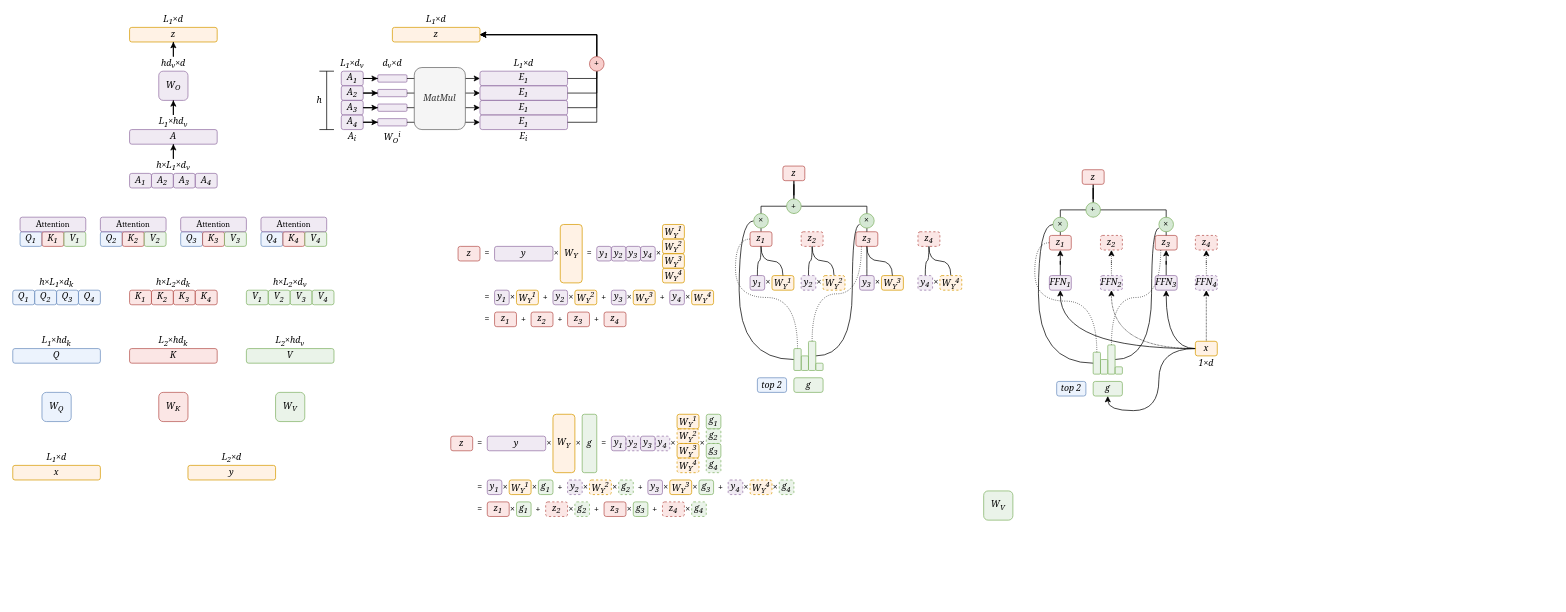
Earlier version of the draw.io diagram page "第 3 页" (3 of 3) of 未命名绘图2.drawio (ZhangzeqingCN/api-project). Source tidied: cells renumbered, new cells numbered last; positions are measured from the earlier drawing's top-left corner, leaving out a move shared by most shapes. Both pictures are drawn from the tidied source at 73%, with x=0, y=0 at pixel (12, 12).
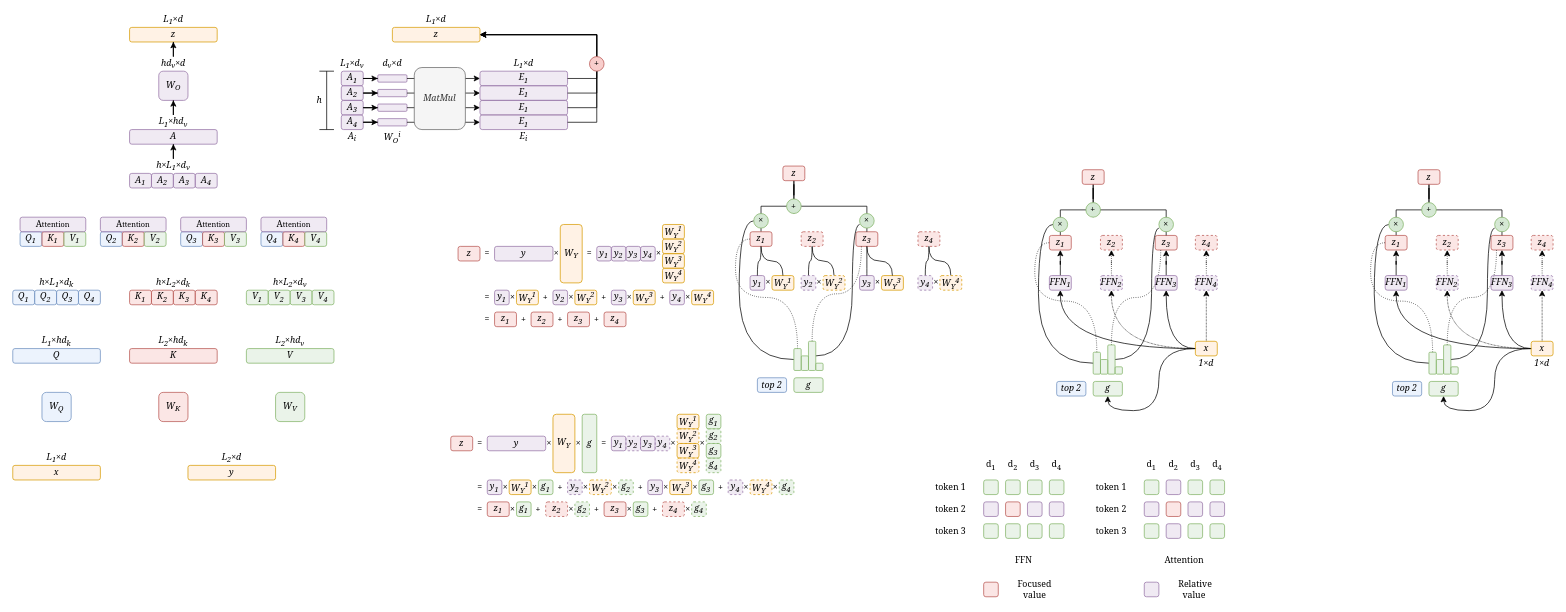
The same diagram, later.

Commit message (it also covers changes not shown here):
更新未命名绘图2.drawio

The edit, as a diff of the source:
```diff
@@
-    <mxCell id="291" value="&lt;span&gt;&lt;span&gt;W&lt;sub&gt;V&lt;/sub&gt;&lt;/span&gt;&lt;/span&gt;" style="rounded=1;whiteSpace=wrap;html=1;rotation=0;fillColor=#d5e8d4;strokeColor=#82b366;fillOpacity=50;fontFamily=Georgia;fontStyle=2;" parent="1" vertex="1">
-      <mxGeometry x="1330" y="655" width="40" height="40" as="geometry" />
+    <mxCell id="291" style="rounded=1;whiteSpace=wrap;html=1;rotation=0;fillColor=#d5e8d4;strokeColor=#82b366;fillOpacity=50;fontFamily=Georgia;fontStyle=2;" parent="1" vertex="1">
+      <mxGeometry x="1330" y="640" width="20" height="20" as="geometry" />
     </mxCell>
+    <mxCell id="292" style="rounded=1;whiteSpace=wrap;html=1;rotation=0;fillColor=#d5e8d4;strokeColor=#82b366;fillOpacity=50;fontFamily=Georgia;fontStyle=2;" parent="1" vertex="1">
+      <mxGeometry x="1360" y="640" width="20" height="20" as="geometry" />
+    </mxCell>
+    <mxCell id="293" style="rounded=1;whiteSpace=wrap;html=1;rotation=0;fillColor=#d5e8d4;strokeColor=#82b366;fillOpacity=50;fontFamily=Georgia;fontStyle=2;" parent="1" vertex="1">
+      <mxGeometry x="1390" y="640" width="20" height="20" as="geometry" />
+    </mxCell>
+    <mxCell id="294" style="rounded=1;whiteSpace=wrap;html=1;rotation=0;fillColor=#d5e8d4;strokeColor=#82b366;fillOpacity=50;fontFamily=Georgia;fontStyle=2;" parent="1" vertex="1">
+      <mxGeometry x="1420" y="640" width="20" height="20" as="geometry" />
+    </mxCell>
+    <mxCell id="295" style="rounded=1;whiteSpace=wrap;html=1;rotation=0;fillColor=#e1d5e7;strokeColor=#9673a6;fillOpacity=50;fontFamily=Georgia;fontStyle=2;" parent="1" vertex="1">
+      <mxGeometry x="1550" y="780" width="20" height="20" as="geometry" />
+    </mxCell>
+    <mxCell id="296" style="rounded=1;whiteSpace=wrap;html=1;rotation=0;fillColor=#e1d5e7;strokeColor=#9673a6;fillOpacity=50;fontFamily=Georgia;fontStyle=2;" parent="1" vertex="1">
+      <mxGeometry x="1390" y="670" width="20" height="20" as="geometry" />
+    </mxCell>
+    <mxCell id="297" style="rounded=1;whiteSpace=wrap;html=1;rotation=0;fillColor=#f8cecc;strokeColor=#b85450;fillOpacity=50;fontFamily=Georgia;fontStyle=2;" parent="1" vertex="1">
+      <mxGeometry x="1360" y="670" width="20" height="20" as="geometry" />
+    </mxCell>
+    <mxCell id="298" style="rounded=1;whiteSpace=wrap;html=1;rotation=0;fillColor=#e1d5e7;strokeColor=#9673a6;fillOpacity=50;fontFamily=Georgia;fontStyle=2;" parent="1" vertex="1">
+      <mxGeometry x="1330" y="670" width="20" height="20" as="geometry" />
+    </mxCell>
+    <mxCell id="299" style="rounded=1;whiteSpace=wrap;html=1;rotation=0;fillColor=#d5e8d4;strokeColor=#82b366;fillOpacity=50;fontFamily=Georgia;fontStyle=2;" parent="1" vertex="1">
+      <mxGeometry x="1330" y="700" width="20" height="20" as="geometry" />
+    </mxCell>
+    <mxCell id="300" style="rounded=1;whiteSpace=wrap;html=1;rotation=0;fillColor=#d5e8d4;strokeColor=#82b366;fillOpacity=50;fontFamily=Georgia;fontStyle=2;" parent="1" vertex="1">
+      <mxGeometry x="1360" y="700" width="20" height="20" as="geometry" />
+    </mxCell>
+    <mxCell id="301" style="rounded=1;whiteSpace=wrap;html=1;rotation=0;fillColor=#d5e8d4;strokeColor=#82b366;fillOpacity=50;fontFamily=Georgia;fontStyle=2;" parent="1" vertex="1">
+      <mxGeometry x="1390" y="700" width="20" height="20" as="geometry" />
+    </mxCell>
+    <mxCell id="302" style="rounded=1;whiteSpace=wrap;html=1;rotation=0;fillColor=#d5e8d4;strokeColor=#82b366;fillOpacity=50;fontFamily=Georgia;fontStyle=2;" parent="1" vertex="1">
+      <mxGeometry x="1420" y="700" width="20" height="20" as="geometry" />
+    </mxCell>
+    <mxCell id="303" value="&lt;font face=&quot;Georgia&quot;&gt;token 1&lt;/font&gt;" style="text;html=1;align=center;verticalAlign=middle;whiteSpace=wrap;rounded=0;" parent="1" vertex="1">
+      <mxGeometry x="1260" y="640" width="50" height="20" as="geometry" />
+    </mxCell>
+    <mxCell id="304" value="&lt;font face=&quot;Georgia&quot;&gt;token 2&lt;/font&gt;" style="text;html=1;align=center;verticalAlign=middle;whiteSpace=wrap;rounded=0;" parent="1" vertex="1">
+      <mxGeometry x="1260" y="670" width="50" height="20" as="geometry" />
+    </mxCell>
+    <mxCell id="305" value="&lt;font face=&quot;Georgia&quot;&gt;token 3&lt;/font&gt;" style="text;html=1;align=center;verticalAlign=middle;whiteSpace=wrap;rounded=0;" parent="1" vertex="1">
+      <mxGeometry x="1260" y="700" width="50" height="20" as="geometry" />
+    </mxCell>
+    <mxCell id="306" value="&lt;font face=&quot;Georgia&quot;&gt;d&lt;sub&gt;1&lt;/sub&gt;&lt;/font&gt;" style="text;html=1;align=center;verticalAlign=middle;whiteSpace=wrap;rounded=0;" parent="1" vertex="1">
+      <mxGeometry x="1330" y="610" width="20" height="20" as="geometry" />
+    </mxCell>
+    <mxCell id="307" value="&lt;font face=&quot;Georgia&quot;&gt;d&lt;sub&gt;2&lt;/sub&gt;&lt;/font&gt;" style="text;html=1;align=center;verticalAlign=middle;whiteSpace=wrap;rounded=0;" parent="1" vertex="1">
+      <mxGeometry x="1360" y="610" width="20" height="20" as="geometry" />
+    </mxCell>
+    <mxCell id="308" value="&lt;font face=&quot;Georgia&quot;&gt;d&lt;sub&gt;3&lt;/sub&gt;&lt;/font&gt;" style="text;html=1;align=center;verticalAlign=middle;whiteSpace=wrap;rounded=0;" parent="1" vertex="1">
+      <mxGeometry x="1390" y="610" width="20" height="20" as="geometry" />
+    </mxCell>
+    <mxCell id="309" value="&lt;font face=&quot;Georgia&quot;&gt;d&lt;sub&gt;4&lt;/sub&gt;&lt;/font&gt;" style="text;html=1;align=center;verticalAlign=middle;whiteSpace=wrap;rounded=0;" parent="1" vertex="1">
+      <mxGeometry x="1420" y="610" width="20" height="20" as="geometry" />
+    </mxCell>
+    <mxCell id="310" style="rounded=1;whiteSpace=wrap;html=1;rotation=0;fillColor=#d5e8d4;strokeColor=#82b366;fillOpacity=50;fontFamily=Georgia;fontStyle=2;" parent="1" vertex="1">
+      <mxGeometry x="1550" y="640" width="20" height="20" as="geometry" />
+    </mxCell>
+    <mxCell id="311" style="rounded=1;whiteSpace=wrap;html=1;rotation=0;fillColor=#e1d5e7;strokeColor=#9673a6;fillOpacity=50;fontFamily=Georgia;fontStyle=2;" parent="1" vertex="1">
+      <mxGeometry x="1580" y="640" width="20" height="20" as="geometry" />
+    </mxCell>
+    <mxCell id="312" style="rounded=1;whiteSpace=wrap;html=1;rotation=0;fillColor=#d5e8d4;strokeColor=#82b366;fillOpacity=50;fontFamily=Georgia;fontStyle=2;" parent="1" vertex="1">
+      <mxGeometry x="1609.9" y="640" width="20" height="20" as="geometry" />
+    </mxCell>
+    <mxCell id="313" style="rounded=1;whiteSpace=wrap;html=1;rotation=0;fillColor=#d5e8d4;strokeColor=#82b366;fillOpacity=50;fontFamily=Georgia;fontStyle=2;" parent="1" vertex="1">
+      <mxGeometry x="1640" y="640" width="20" height="20" as="geometry" />
+    </mxCell>
+    <mxCell id="314" style="rounded=1;whiteSpace=wrap;html=1;rotation=0;fillColor=#e1d5e7;strokeColor=#9673a6;fillOpacity=50;fontFamily=Georgia;fontStyle=2;" parent="1" vertex="1">
+      <mxGeometry x="1640" y="670" width="20" height="20" as="geometry" />
+    </mxCell>
+    <mxCell id="315" style="rounded=1;whiteSpace=wrap;html=1;rotation=0;fillColor=#e1d5e7;strokeColor=#9673a6;fillOpacity=50;fontFamily=Georgia;fontStyle=2;" parent="1" vertex="1">
+      <mxGeometry x="1609.9" y="670" width="20" height="20" as="geometry" />
+    </mxCell>
+    <mxCell id="316" style="rounded=1;whiteSpace=wrap;html=1;rotation=0;fillColor=#f8cecc;strokeColor=#b85450;fillOpacity=50;fontFamily=Georgia;fontStyle=2;" parent="1" vertex="1">
+      <mxGeometry x="1580" y="670" width="20" height="20" as="geometry" />
+    </mxCell>
+    <mxCell id="317" style="rounded=1;whiteSpace=wrap;html=1;rotation=0;fillColor=#e1d5e7;strokeColor=#9673a6;fillOpacity=50;fontFamily=Georgia;fontStyle=2;" parent="1" vertex="1">
+      <mxGeometry x="1550" y="670" width="20" height="20" as="geometry" />
+    </mxCell>
+    <mxCell id="318" style="rounded=1;whiteSpace=wrap;html=1;rotation=0;fillColor=#d5e8d4;strokeColor=#82b366;fillOpacity=50;fontFamily=Georgia;fontStyle=2;" parent="1" vertex="1">
+      <mxGeometry x="1550" y="700" width="20" height="20" as="geometry" />
+    </mxCell>
+    <mxCell id="319" style="rounded=1;whiteSpace=wrap;html=1;rotation=0;fillColor=#e1d5e7;strokeColor=#9673a6;fillOpacity=50;fontFamily=Georgia;fontStyle=2;" parent="1" vertex="1">
+      <mxGeometry x="1580" y="700" width="20" height="20" as="geometry" />
+    </mxCell>
+    <mxCell id="320" style="rounded=1;whiteSpace=wrap;html=1;rotation=0;fillColor=#d5e8d4;strokeColor=#82b366;fillOpacity=50;fontFamily=Georgia;fontStyle=2;" parent="1" vertex="1">
+      <mxGeometry x="1609.9" y="700" width="20" height="20" as="geometry" />
+    </mxCell>
+    <mxCell id="321" style="rounded=1;whiteSpace=wrap;html=1;rotation=0;fillColor=#d5e8d4;strokeColor=#82b366;fillOpacity=50;fontFamily=Georgia;fontStyle=2;" parent="1" vertex="1">
+      <mxGeometry x="1640" y="700" width="20" height="20" as="geometry" />
+    </mxCell>
+    <mxCell id="322" value="&lt;font face=&quot;Georgia&quot;&gt;token 1&lt;/font&gt;" style="text;html=1;align=center;verticalAlign=middle;whiteSpace=wrap;rounded=0;" parent="1" vertex="1">
+      <mxGeometry x="1480" y="640" width="50" height="20" as="geometry" />
+    </mxCell>
+    <mxCell id="323" value="&lt;font face=&quot;Georgia&quot;&gt;token 2&lt;/font&gt;" style="text;html=1;align=center;verticalAlign=middle;whiteSpace=wrap;rounded=0;" parent="1" vertex="1">
+      <mxGeometry x="1480" y="670" width="50" height="20" as="geometry" />
+    </mxCell>
+    <mxCell id="324" value="&lt;font face=&quot;Georgia&quot;&gt;token 3&lt;/font&gt;" style="text;html=1;align=center;verticalAlign=middle;whiteSpace=wrap;rounded=0;" parent="1" vertex="1">
+      <mxGeometry x="1480" y="700" width="50" height="20" as="geometry" />
+    </mxCell>
+    <mxCell id="325" value="&lt;font face=&quot;Georgia&quot;&gt;d&lt;sub&gt;1&lt;/sub&gt;&lt;/font&gt;" style="text;html=1;align=center;verticalAlign=middle;whiteSpace=wrap;rounded=0;" parent="1" vertex="1">
+      <mxGeometry x="1550" y="610" width="20" height="20" as="geometry" />
+    </mxCell>
+    <mxCell id="326" value="&lt;font face=&quot;Georgia&quot;&gt;d&lt;sub&gt;2&lt;/sub&gt;&lt;/font&gt;" style="text;html=1;align=center;verticalAlign=middle;whiteSpace=wrap;rounded=0;" parent="1" vertex="1">
+      <mxGeometry x="1580" y="610" width="20" height="20" as="geometry" />
+    </mxCell>
+    <mxCell id="327" value="&lt;font face=&quot;Georgia&quot;&gt;d&lt;sub&gt;3&lt;/sub&gt;&lt;/font&gt;" style="text;html=1;align=center;verticalAlign=middle;whiteSpace=wrap;rounded=0;" parent="1" vertex="1">
+      <mxGeometry x="1609.9" y="610" width="20" height="20" as="geometry" />
+    </mxCell>
+    <mxCell id="328" value="&lt;font face=&quot;Georgia&quot;&gt;d&lt;sub&gt;4&lt;/sub&gt;&lt;/font&gt;" style="text;html=1;align=center;verticalAlign=middle;whiteSpace=wrap;rounded=0;" parent="1" vertex="1">
+      <mxGeometry x="1640" y="610" width="20" height="20" as="geometry" />
+    </mxCell>
+    <mxCell id="329" value="&lt;font face=&quot;Georgia&quot;&gt;FFN&lt;/font&gt;" style="text;html=1;align=center;verticalAlign=middle;whiteSpace=wrap;rounded=0;" parent="1" vertex="1">
+      <mxGeometry x="1360" y="740" width="50" height="20" as="geometry" />
+    </mxCell>
+    <mxCell id="330" value="&lt;font face=&quot;Georgia&quot;&gt;Attention&lt;/font&gt;" style="text;html=1;align=center;verticalAlign=middle;whiteSpace=wrap;rounded=0;" parent="1" vertex="1">
+      <mxGeometry x="1580" y="740" width="50" height="20" as="geometry" />
+    </mxCell>
+    <mxCell id="331" style="rounded=1;whiteSpace=wrap;html=1;rotation=0;fillColor=#f8cecc;strokeColor=#b85450;fillOpacity=50;fontFamily=Georgia;fontStyle=2;" parent="1" vertex="1">
+      <mxGeometry x="1330" y="780" width="20" height="20" as="geometry" />
+    </mxCell>
+    <mxCell id="332" value="&lt;font face=&quot;Georgia&quot;&gt;Focused value&lt;/font&gt;" style="text;html=1;align=center;verticalAlign=middle;whiteSpace=wrap;rounded=0;" parent="1" vertex="1">
+      <mxGeometry x="1360" y="780" width="80" height="20" as="geometry" />
+    </mxCell>
+    <mxCell id="333" value="&lt;font face=&quot;Georgia&quot;&gt;Relative value&amp;nbsp;&lt;/font&gt;" style="text;html=1;align=center;verticalAlign=middle;whiteSpace=wrap;rounded=0;" parent="1" vertex="1">
+      <mxGeometry x="1580" y="780" width="80" height="20" as="geometry" />
+    </mxCell>
+    <mxCell id="334" style="rounded=1;whiteSpace=wrap;html=1;rotation=0;fillColor=#e1d5e7;strokeColor=#9673a6;fillOpacity=50;fontFamily=Georgia;fontStyle=2;" parent="1" vertex="1">
+      <mxGeometry x="1419.9" y="670" width="20" height="20" as="geometry" />
+    </mxCell>
+    <mxCell id="335" style="edgeStyle=orthogonalEdgeStyle;rounded=0;jettySize=auto;html=1;entryX=0.5;entryY=1;entryDx=0;entryDy=0;curved=1;" parent="1" edge="1" source="369" target="367">
+      <mxGeometry relative="1" as="geometry" />
+    </mxCell>
+    <mxCell id="336" style="edgeStyle=orthogonalEdgeStyle;rounded=0;jettySize=auto;html=1;entryX=0.5;entryY=1;entryDx=0;entryDy=0;curved=1;dashed=1;dashPattern=1 1;" parent="1" edge="1" source="369" target="361">
+      <mxGeometry relative="1" as="geometry" />
+    </mxCell>
+    <mxCell id="337" style="edgeStyle=orthogonalEdgeStyle;rounded=0;jettySize=auto;html=1;entryX=0.5;entryY=1;entryDx=0;entryDy=0;curved=1;" parent="1" edge="1" source="369" target="365">
+      <mxGeometry relative="1" as="geometry" />
+    </mxCell>
+    <mxCell id="338" style="edgeStyle=orthogonalEdgeStyle;rounded=0;jettySize=auto;html=1;entryX=0.5;entryY=1;entryDx=0;entryDy=0;curved=1;dashed=1;dashPattern=1 1;" parent="1" edge="1" source="369" target="363">
+      <mxGeometry relative="1" as="geometry" />
+    </mxCell>
+    <mxCell id="339" style="edgeStyle=orthogonalEdgeStyle;rounded=0;jettySize=auto;html=1;entryX=0.5;entryY=1;entryDx=0;entryDy=0;endArrow=none;startFill=0;" parent="1" edge="1" source="340" target="354">
+      <mxGeometry relative="1" as="geometry">
+        <Array as="points">
+          <mxPoint x="1895" y="270" />
+          <mxPoint x="1940" y="270" />
+        </Array>
+      </mxGeometry>
+    </mxCell>
+    <mxCell id="340" value="z&lt;sub&gt;1&lt;/sub&gt;" style="rounded=1;whiteSpace=wrap;html=1;rotation=0;fillColor=#f8cecc;strokeColor=#b85450;fillOpacity=50;fontFamily=Georgia;fontStyle=2;" parent="1" vertex="1">
+      <mxGeometry x="1880" y="305" width="30" height="20" as="geometry" />
+    </mxCell>
+    <mxCell id="341" value="z&lt;sub&gt;2&lt;/sub&gt;" style="rounded=1;whiteSpace=wrap;html=1;rotation=0;fillColor=#f8cecc;strokeColor=#b85450;fillOpacity=50;fontFamily=Georgia;fontStyle=2;dashed=1;" parent="1" vertex="1">
+      <mxGeometry x="1950" y="305" width="30" height="20" as="geometry" />
+    </mxCell>
+    <mxCell id="342" style="edgeStyle=orthogonalEdgeStyle;rounded=0;jettySize=auto;html=1;entryX=0.5;entryY=1;entryDx=0;entryDy=0;endArrow=none;startFill=0;" parent="1" edge="1" source="358" target="354">
+      <mxGeometry relative="1" as="geometry" />
+    </mxCell>
+    <mxCell id="343" value="z&lt;sub&gt;3&lt;/sub&gt;" style="rounded=1;whiteSpace=wrap;html=1;rotation=0;fillColor=#f8cecc;strokeColor=#b85450;fillOpacity=50;fontFamily=Georgia;fontStyle=2;" parent="1" vertex="1">
+      <mxGeometry x="2025" y="305" width="30" height="20" as="geometry" />
+    </mxCell>
+    <mxCell id="344" value="z&lt;sub&gt;4&lt;/sub&gt;" style="rounded=1;whiteSpace=wrap;html=1;rotation=0;fillColor=#f8cecc;strokeColor=#b85450;fillOpacity=50;fontFamily=Georgia;fontStyle=2;dashed=1;" parent="1" vertex="1">
+      <mxGeometry x="2080" y="305" width="30" height="20" as="geometry" />
+    </mxCell>
+    <mxCell id="345" style="edgeStyle=orthogonalEdgeStyle;rounded=0;jettySize=auto;html=1;entryX=0.25;entryY=1;entryDx=0;entryDy=0;curved=1;exitX=0.5;exitY=0;exitDx=0;exitDy=0;endArrow=none;startFill=0;dashed=1;dashPattern=1 2;" parent="1" edge="1" source="347" target="343">
+      <mxGeometry relative="1" as="geometry" />
+    </mxCell>
+    <mxCell id="346" style="edgeStyle=orthogonalEdgeStyle;rounded=0;jettySize=auto;html=1;entryX=0;entryY=0.75;entryDx=0;entryDy=0;endArrow=none;startFill=0;curved=1;entryPerimeter=0;" parent="1" edge="1" source="347" target="356">
+      <mxGeometry relative="1" as="geometry">
+        <Array as="points">
+          <mxPoint x="2020" y="475" />
+          <mxPoint x="2020" y="295" />
+        </Array>
+      </mxGeometry>
+    </mxCell>
+    <mxCell id="347" style="rounded=1;whiteSpace=wrap;html=1;rotation=0;fillColor=#d5e8d4;strokeColor=#82b366;fillOpacity=50;fontFamily=Georgia;fontStyle=2;" parent="1" vertex="1">
+      <mxGeometry x="1960" y="455" width="10" height="40" as="geometry" />
+    </mxCell>
+    <mxCell id="348" style="rounded=1;whiteSpace=wrap;html=1;rotation=0;fillColor=#d5e8d4;strokeColor=#82b366;fillOpacity=50;fontFamily=Georgia;fontStyle=2;" parent="1" vertex="1">
+      <mxGeometry x="1950" y="475" width="10" height="20" as="geometry" />
+    </mxCell>
+    <mxCell id="349" style="rounded=1;whiteSpace=wrap;html=1;rotation=0;fillColor=#d5e8d4;strokeColor=#82b366;fillOpacity=50;fontFamily=Georgia;fontStyle=2;" parent="1" vertex="1">
+      <mxGeometry x="1970" y="485" width="10" height="10" as="geometry" />
+    </mxCell>
+    <mxCell id="350" style="edgeStyle=orthogonalEdgeStyle;rounded=0;jettySize=auto;html=1;entryX=0;entryY=0.5;entryDx=0;entryDy=0;curved=1;exitX=0.5;exitY=0;exitDx=0;exitDy=0;endArrow=none;startFill=0;dashed=1;dashPattern=1 2;" parent="1" edge="1" source="352" target="340">
+      <mxGeometry relative="1" as="geometry" />
+    </mxCell>
+    <mxCell id="351" style="edgeStyle=orthogonalEdgeStyle;rounded=0;jettySize=auto;html=1;entryX=0;entryY=0.5;entryDx=0;entryDy=0;curved=1;endArrow=none;startFill=0;" parent="1" edge="1" source="352" target="357">
+      <mxGeometry relative="1" as="geometry" />
+    </mxCell>
+    <mxCell id="352" style="rounded=1;whiteSpace=wrap;html=1;rotation=0;fillColor=#d5e8d4;strokeColor=#82b366;fillOpacity=50;fontFamily=Georgia;fontStyle=2;" parent="1" vertex="1">
+      <mxGeometry x="1940" y="465" width="10" height="30" as="geometry" />
+    </mxCell>
+    <mxCell id="353" value="top 2" style="rounded=1;whiteSpace=wrap;html=1;rotation=0;fillColor=#dae8fc;strokeColor=#6c8ebf;fillOpacity=50;fontFamily=Georgia;fontStyle=2;" parent="1" vertex="1">
+      <mxGeometry x="1890" y="505" width="40" height="20" as="geometry" />
+    </mxCell>
+    <mxCell id="354" value="z" style="rounded=1;whiteSpace=wrap;html=1;rotation=0;fillColor=#f8cecc;strokeColor=#b85450;fillOpacity=50;fontFamily=Georgia;fontStyle=2;" parent="1" vertex="1">
+      <mxGeometry x="1925" y="215" width="30" height="20" as="geometry" />
+    </mxCell>
+    <mxCell id="355" style="edgeStyle=orthogonalEdgeStyle;rounded=0;jettySize=auto;html=1;entryX=0.5;entryY=1;entryDx=0;entryDy=0;endArrow=none;startFill=0;" parent="1" edge="1" source="343" target="358">
+      <mxGeometry relative="1" as="geometry">
+        <Array as="points">
+          <mxPoint x="2040" y="270" />
+          <mxPoint x="1940" y="270" />
+        </Array>
+      </mxGeometry>
+    </mxCell>
+    <mxCell id="356" value="×" style="ellipse;whiteSpace=wrap;html=1;fillColor=#d5e8d4;strokeColor=#82b366;fillStyle=solid;fontStyle=0;fontFamily=Georgia;" parent="1" vertex="1">
+      <mxGeometry x="2030" y="280" width="20" height="20" as="geometry" />
+    </mxCell>
+    <mxCell id="357" value="×" style="ellipse;whiteSpace=wrap;html=1;fillColor=#d5e8d4;strokeColor=#82b366;fillStyle=solid;fontStyle=0;fontFamily=Georgia;" parent="1" vertex="1">
+      <mxGeometry x="1885" y="280" width="20" height="20" as="geometry" />
+    </mxCell>
+    <mxCell id="358" value="+" style="ellipse;whiteSpace=wrap;html=1;fillColor=#d5e8d4;strokeColor=#82b366;fillStyle=solid;fontStyle=0;fontFamily=Georgia;" parent="1" vertex="1">
+      <mxGeometry x="1930" y="260" width="20" height="20" as="geometry" />
+    </mxCell>
+    <mxCell id="359" value="g" style="rounded=1;whiteSpace=wrap;html=1;rotation=0;fillColor=#d5e8d4;strokeColor=#82b366;fillOpacity=50;fontFamily=Georgia;fontStyle=2;" parent="1" vertex="1">
+      <mxGeometry x="1940" y="505" width="40" height="20" as="geometry" />
+    </mxCell>
+    <mxCell id="360" style="edgeStyle=orthogonalEdgeStyle;rounded=0;jettySize=auto;html=1;entryX=0.5;entryY=1;entryDx=0;entryDy=0;dashed=1;dashPattern=1 2;" parent="1" edge="1" source="361" target="341">
+      <mxGeometry relative="1" as="geometry" />
+    </mxCell>
+    <mxCell id="361" value="FFN&lt;sub&gt;2&lt;/sub&gt;" style="rounded=1;whiteSpace=wrap;html=1;rotation=0;fillColor=#e1d5e7;strokeColor=#9673a6;fillOpacity=50;fontFamily=Georgia;fontStyle=2;dashed=1;" parent="1" vertex="1">
+      <mxGeometry x="1950" y="360" width="30" height="20" as="geometry" />
+    </mxCell>
+    <mxCell id="362" style="edgeStyle=orthogonalEdgeStyle;rounded=0;jettySize=auto;html=1;entryX=0.5;entryY=1;entryDx=0;entryDy=0;dashed=1;dashPattern=1 2;" parent="1" edge="1" source="363" target="344">
+      <mxGeometry relative="1" as="geometry" />
+    </mxCell>
+    <mxCell id="363" value="FFN&lt;sub&gt;4&lt;/sub&gt;" style="rounded=1;whiteSpace=wrap;html=1;rotation=0;fillColor=#e1d5e7;strokeColor=#9673a6;fillOpacity=50;fontFamily=Georgia;fontStyle=2;dashed=1;" parent="1" vertex="1">
+      <mxGeometry x="2080" y="360" width="30" height="20" as="geometry" />
+    </mxCell>
+    <mxCell id="364" style="edgeStyle=orthogonalEdgeStyle;rounded=0;jettySize=auto;html=1;entryX=0.5;entryY=1;entryDx=0;entryDy=0;" parent="1" edge="1" source="365" target="343">
+      <mxGeometry relative="1" as="geometry" />
+    </mxCell>
+    <mxCell id="365" value="FFN&lt;sub&gt;3&lt;/sub&gt;" style="rounded=1;whiteSpace=wrap;html=1;rotation=0;fillColor=#e1d5e7;strokeColor=#9673a6;fillOpacity=50;fontFamily=Georgia;fontStyle=2;" parent="1" vertex="1">
+      <mxGeometry x="2025" y="360" width="30" height="20" as="geometry" />
+    </mxCell>
+    <mxCell id="366" style="edgeStyle=orthogonalEdgeStyle;rounded=0;jettySize=auto;html=1;" parent="1" edge="1" source="367" target="340">
+      <mxGeometry relative="1" as="geometry" />
+    </mxCell>
+    <mxCell id="367" value="FFN&lt;sub&gt;1&lt;/sub&gt;" style="rounded=1;whiteSpace=wrap;html=1;rotation=0;fillColor=#e1d5e7;strokeColor=#9673a6;fillOpacity=50;fontFamily=Georgia;fontStyle=2;" parent="1" vertex="1">
+      <mxGeometry x="1880" y="360" width="30" height="20" as="geometry" />
+    </mxCell>
+    <mxCell id="368" style="edgeStyle=orthogonalEdgeStyle;rounded=0;jettySize=auto;html=1;entryX=0.5;entryY=1;entryDx=0;entryDy=0;curved=1;" parent="1" edge="1" source="369" target="359">
+      <mxGeometry relative="1" as="geometry" />
+    </mxCell>
+    <mxCell id="369" value="x" style="rounded=1;whiteSpace=wrap;html=1;rotation=0;fillColor=#ffe6cc;strokeColor=#d79b00;fillOpacity=50;fontFamily=Georgia;fontStyle=2;" parent="1" vertex="1">
+      <mxGeometry x="2080" y="450" width="30" height="20" as="geometry" />
+    </mxCell>
+    <mxCell id="370" value="&lt;font&gt;&lt;span&gt;&lt;span&gt;1×d&lt;/span&gt;&lt;/span&gt;&lt;/font&gt;" style="text;html=1;align=center;verticalAlign=middle;whiteSpace=wrap;rounded=0;fontFamily=Georgia;fontStyle=2;" parent="1" vertex="1">
+      <mxGeometry x="2080" y="470" width="30" height="20" as="geometry" />
+    </mxCell>
```
